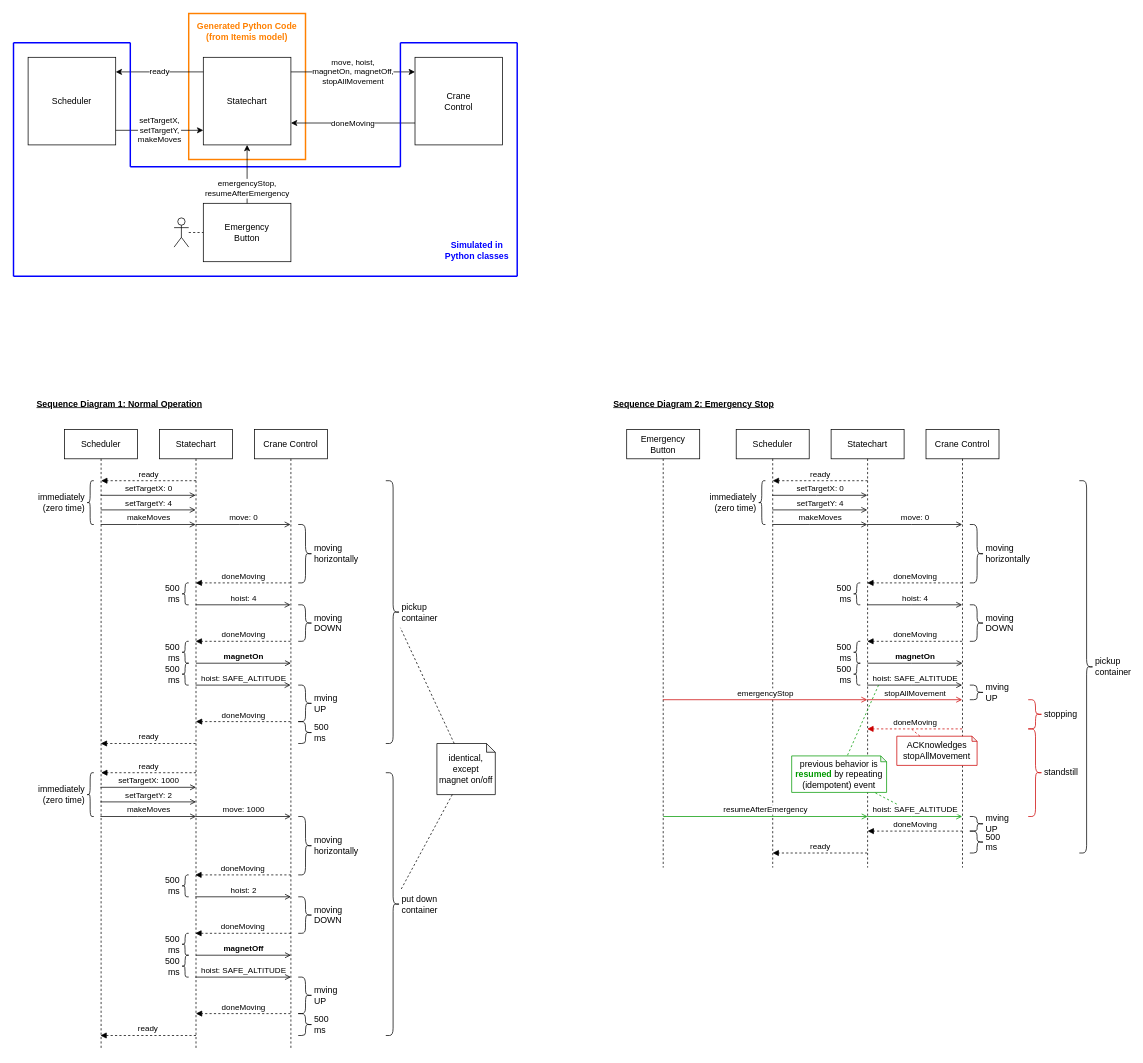
The draw.io diagram documentation/figures.drawio in joeriexelmans/MBSE4DT-Statecharts, before the edit. Source tidied: cells renumbered, new cells numbered last; positions are measured from the earlier drawing's top-left corner, leaving out a move shared by most shapes. Both pictures are drawn from the tidied source at 73%, with x=0, y=0 at pixel (13, 13).
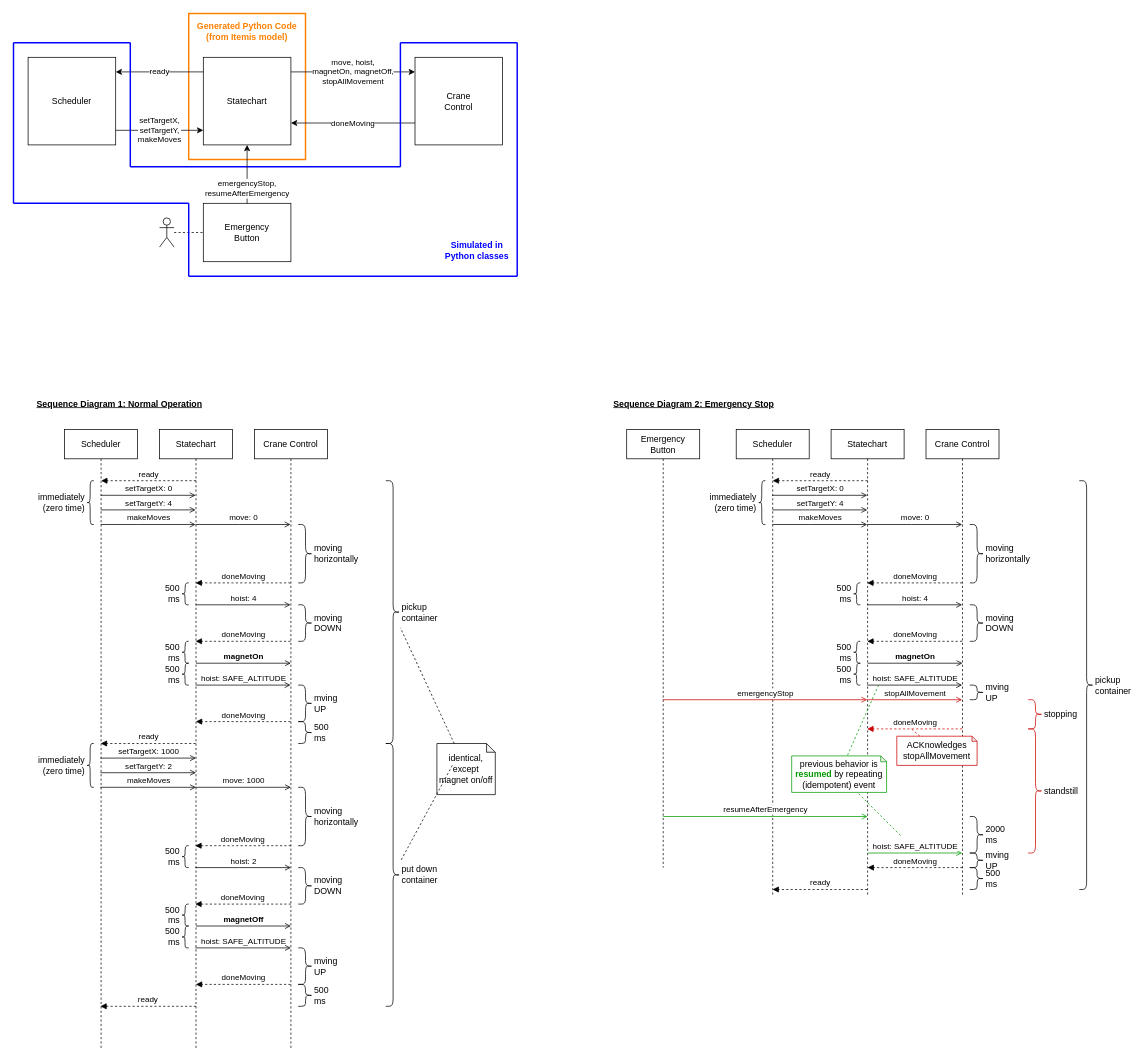
After the change.

The change refers to these unchanged cells:
```xml
<mxCell id="54" value="&lt;span style=&quot;&quot;&gt;identical,&lt;/span&gt;&lt;div style=&quot;&quot;&gt;except magnet on/off&lt;/div&gt;" style="shape=note;whiteSpace=wrap;html=1;backgroundOutline=1;darkOpacity=0.05;size=12;align=center;" parent="1" vertex="1">
  <mxGeometry x="580" y="1000" width="80" height="70" as="geometry" />
</mxCell>
<mxCell id="105" value="previous behavior is &lt;b&gt;&lt;font color=&quot;#009900&quot;&gt;resumed&lt;/font&gt;&lt;/b&gt; by repeating (idempotent) event" style="shape=note;whiteSpace=wrap;html=1;backgroundOutline=1;darkOpacity=0.05;size=8;align=center;strokeColor=#009900;" parent="1" vertex="1">
  <mxGeometry x="1066" y="1017" width="130" height="50" as="geometry" />
</mxCell>
```

Change to the diagram source:
```diff
@@
     <mxCell id="33" value="setTargetX: 1000" style="html=1;verticalAlign=bottom;labelBackgroundColor=none;endArrow=open;endFill=0;rounded=0;" parent="1" edge="1">
       <mxGeometry relative="1" as="geometry">
-        <mxPoint x="119" y="1060" as="sourcePoint" />
-        <mxPoint x="250" y="1060" as="targetPoint" />
+        <mxPoint x="119" y="1020" as="sourcePoint" />
+        <mxPoint x="250" y="1020" as="targetPoint" />
         <Array as="points">
-          <mxPoint x="180" y="1060" />
+          <mxPoint x="180" y="1020" />
         </Array>
       </mxGeometry>
     </mxCell>
     <mxCell id="34" value="setTargetY: 2" style="html=1;verticalAlign=bottom;labelBackgroundColor=none;endArrow=open;endFill=0;rounded=0;" parent="1" edge="1">
       <mxGeometry relative="1" as="geometry">
-        <mxPoint x="119" y="1080" as="sourcePoint" />
-        <mxPoint x="250" y="1080" as="targetPoint" />
+        <mxPoint x="119" y="1040" as="sourcePoint" />
+        <mxPoint x="250" y="1040" as="targetPoint" />
         <Array as="points">
-          <mxPoint x="170" y="1080" />
+          <mxPoint x="170" y="1040" />
         </Array>
       </mxGeometry>
     </mxCell>
     <mxCell id="35" value="makeMoves" style="html=1;verticalAlign=bottom;labelBackgroundColor=none;endArrow=open;endFill=0;rounded=0;" parent="1" edge="1">
       <mxGeometry relative="1" as="geometry">
-        <mxPoint x="119" y="1100" as="sourcePoint" />
-        <mxPoint x="250" y="1100" as="targetPoint" />
+        <mxPoint x="119" y="1060" as="sourcePoint" />
+        <mxPoint x="250" y="1060" as="targetPoint" />
         <Array as="points">
-          <mxPoint x="170" y="1100" />
+          <mxPoint x="170" y="1060" />
         </Array>
       </mxGeometry>
     </mxCell>
     <mxCell id="36" value="move: 1000" style="html=1;verticalAlign=bottom;labelBackgroundColor=none;endArrow=open;endFill=0;rounded=0;" parent="1" edge="1">
       <mxGeometry relative="1" as="geometry">
-        <mxPoint x="249" y="1100" as="sourcePoint" />
-        <mxPoint x="380" y="1100" as="targetPoint" />
+        <mxPoint x="249" y="1060" as="sourcePoint" />
+        <mxPoint x="380" y="1060" as="targetPoint" />
       </mxGeometry>
     </mxCell>
     <mxCell id="37" value="doneMoving" style="html=1;verticalAlign=bottom;labelBackgroundColor=none;endArrow=block;endFill=1;dashed=1;rounded=0;" parent="1" edge="1">
       <mxGeometry relative="1" as="geometry">
-        <mxPoint x="380" y="1180" as="sourcePoint" />
-        <mxPoint x="249" y="1180" as="targetPoint" />
+        <mxPoint x="380" y="1140" as="sourcePoint" />
+        <mxPoint x="249" y="1140" as="targetPoint" />
         <Array as="points">
-          <mxPoint x="300" y="1180" />
+          <mxPoint x="300" y="1140" />
         </Array>
       </mxGeometry>
     </mxCell>
     <mxCell id="38" value="hoist: 2" style="html=1;verticalAlign=bottom;labelBackgroundColor=none;endArrow=open;endFill=0;rounded=0;" parent="1" edge="1">
       <mxGeometry relative="1" as="geometry">
-        <mxPoint x="249" y="1210" as="sourcePoint" />
-        <mxPoint x="380" y="1210" as="targetPoint" />
+        <mxPoint x="249" y="1170" as="sourcePoint" />
+        <mxPoint x="380" y="1170" as="targetPoint" />
         <Array as="points">
-          <mxPoint x="310" y="1210" />
+          <mxPoint x="310" y="1170" />
         </Array>
       </mxGeometry>
     </mxCell>
     <mxCell id="39" value="500 ms" style="shape=curlyBracket;whiteSpace=wrap;html=1;rounded=1;labelPosition=left;verticalLabelPosition=middle;align=right;verticalAlign=middle;" parent="1" vertex="1">
-      <mxGeometry x="230" y="1180" width="10" height="30" as="geometry" />
+      <mxGeometry x="230" y="1140" width="10" height="30" as="geometry" />
     </mxCell>
     <mxCell id="40" value="moving horizontally" style="shape=curlyBracket;whiteSpace=wrap;html=1;rounded=1;flipH=1;labelPosition=right;verticalLabelPosition=middle;align=left;verticalAlign=middle;" parent="1" vertex="1">
-      <mxGeometry x="390" y="1100" width="20" height="80" as="geometry" />
+      <mxGeometry x="390" y="1060" width="20" height="80" as="geometry" />
     </mxCell>
     <mxCell id="41" value="immediately (zero time)" style="shape=curlyBracket;whiteSpace=wrap;html=1;rounded=1;labelPosition=left;verticalLabelPosition=middle;align=right;verticalAlign=middle;" parent="1" vertex="1">
-      <mxGeometry x="100" y="1040" width="10" height="60" as="geometry" />
+      <mxGeometry x="100" y="1000" width="10" height="60" as="geometry" />
     </mxCell>
     <mxCell id="42" value="doneMoving" style="html=1;verticalAlign=bottom;labelBackgroundColor=none;endArrow=block;endFill=1;dashed=1;rounded=0;" parent="1" edge="1">
       <mxGeometry relative="1" as="geometry">
-        <mxPoint x="380" y="1260" as="sourcePoint" />
-        <mxPoint x="249" y="1260" as="targetPoint" />
+        <mxPoint x="380" y="1220" as="sourcePoint" />
+        <mxPoint x="249" y="1220" as="targetPoint" />
         <Array as="points">
-          <mxPoint x="310" y="1260" />
+          <mxPoint x="310" y="1220" />
         </Array>
       </mxGeometry>
     </mxCell>
     <mxCell id="43" value="moving DOWN" style="shape=curlyBracket;whiteSpace=wrap;html=1;rounded=1;flipH=1;labelPosition=right;verticalLabelPosition=middle;align=left;verticalAlign=middle;" parent="1" vertex="1">
-      <mxGeometry x="390" y="1210" width="20" height="50" as="geometry" />
+      <mxGeometry x="390" y="1170" width="20" height="50" as="geometry" />
     </mxCell>
     <mxCell id="44" value="500 ms" style="shape=curlyBracket;whiteSpace=wrap;html=1;rounded=1;labelPosition=left;verticalLabelPosition=middle;align=right;verticalAlign=middle;" parent="1" vertex="1">
-      <mxGeometry x="230" y="1260" width="10" height="30" as="geometry" />
+      <mxGeometry x="230" y="1220" width="10" height="30" as="geometry" />
     </mxCell>
     <mxCell id="45" value="hoist: SAFE_ALTITUDE" style="html=1;verticalAlign=bottom;labelBackgroundColor=none;endArrow=open;endFill=0;rounded=0;edgeStyle=orthogonalEdgeStyle;" parent="1" edge="1">
       <mxGeometry relative="1" as="geometry">
-        <mxPoint x="249" y="1320" as="sourcePoint" />
-        <mxPoint x="380" y="1320" as="targetPoint" />
+        <mxPoint x="249" y="1280" as="sourcePoint" />
+        <mxPoint x="380" y="1280" as="targetPoint" />
         <Array as="points">
-          <mxPoint x="310" y="1320" />
-          <mxPoint x="310" y="1320" />
+          <mxPoint x="310" y="1280" />
+          <mxPoint x="310" y="1280" />
         </Array>
       </mxGeometry>
     </mxCell>
     <mxCell id="46" value="doneMoving" style="html=1;verticalAlign=bottom;labelBackgroundColor=none;endArrow=block;endFill=1;dashed=1;rounded=0;" parent="1" edge="1">
       <mxGeometry relative="1" as="geometry">
-        <mxPoint x="379.5" y="1370" as="sourcePoint" />
-        <mxPoint x="249.8" y="1370" as="targetPoint" />
+        <mxPoint x="379.5" y="1330" as="sourcePoint" />
+        <mxPoint x="249.8" y="1330" as="targetPoint" />
         <Array as="points">
-          <mxPoint x="310" y="1370" />
+          <mxPoint x="310" y="1330" />
         </Array>
       </mxGeometry>
     </mxCell>
     <mxCell id="47" value="mving UP" style="shape=curlyBracket;whiteSpace=wrap;html=1;rounded=1;flipH=1;labelPosition=right;verticalLabelPosition=middle;align=left;verticalAlign=middle;" parent="1" vertex="1">
-      <mxGeometry x="390" y="1320" width="20" height="50" as="geometry" />
+      <mxGeometry x="390" y="1280" width="20" height="50" as="geometry" />
     </mxCell>
     <mxCell id="48" value="ready" style="html=1;verticalAlign=bottom;labelBackgroundColor=none;endArrow=block;endFill=1;dashed=1;rounded=0;" parent="1" edge="1">
       <mxGeometry relative="1" as="geometry">
-        <mxPoint x="250" y="1400" as="sourcePoint" />
-        <mxPoint x="119" y="1400" as="targetPoint" />
+        <mxPoint x="250" y="1360" as="sourcePoint" />
+        <mxPoint x="119" y="1360" as="targetPoint" />
         <Array as="points">
-          <mxPoint x="180" y="1400" />
+          <mxPoint x="180" y="1360" />
         </Array>
       </mxGeometry>
     </mxCell>
     <mxCell id="49" value="magnetOff" style="html=1;verticalAlign=bottom;labelBackgroundColor=none;endArrow=open;endFill=0;rounded=0;fontStyle=1;" parent="1" edge="1">
       <mxGeometry relative="1" as="geometry">
-        <mxPoint x="250" y="1290" as="sourcePoint" />
-        <mxPoint x="380" y="1290" as="targetPoint" />
+        <mxPoint x="250" y="1250" as="sourcePoint" />
+        <mxPoint x="380" y="1250" as="targetPoint" />
         <Array as="points">
-          <mxPoint x="310" y="1290" />
+          <mxPoint x="310" y="1250" />
         </Array>
       </mxGeometry>
     </mxCell>
     <mxCell id="50" value="500 ms" style="shape=curlyBracket;whiteSpace=wrap;html=1;rounded=1;labelPosition=left;verticalLabelPosition=middle;align=right;verticalAlign=middle;" parent="1" vertex="1">
-      <mxGeometry x="230" y="1290" width="10" height="30" as="geometry" />
+      <mxGeometry x="230" y="1250" width="10" height="30" as="geometry" />
     </mxCell>
     <mxCell id="51" value="500 ms" style="shape=curlyBracket;whiteSpace=wrap;html=1;rounded=1;flipH=1;labelPosition=right;verticalLabelPosition=middle;align=left;verticalAlign=middle;" parent="1" vertex="1">
-      <mxGeometry x="390" y="1370" width="20" height="30" as="geometry" />
+      <mxGeometry x="390" y="1330" width="20" height="30" as="geometry" />
     </mxCell>
     <mxCell id="52" value="put down container" style="shape=curlyBracket;whiteSpace=wrap;html=1;rounded=1;flipH=1;labelPosition=right;verticalLabelPosition=middle;align=left;verticalAlign=middle;" parent="1" vertex="1">
-      <mxGeometry x="510" y="1040" width="20" height="360" as="geometry" />
+      <mxGeometry x="510" y="1000" width="20" height="360" as="geometry" />
     </mxCell>
-    <mxCell id="53" value="ready" style="html=1;verticalAlign=bottom;labelBackgroundColor=none;endArrow=block;endFill=1;dashed=1;rounded=0;" parent="1" edge="1">
-      <mxGeometry relative="1" as="geometry">
-        <mxPoint x="250" y="1040" as="sourcePoint" />
-        <mxPoint x="120" y="1040" as="targetPoint" />
-        <Array as="points">
-          <mxPoint x="180" y="1040" />
-        </Array>
-      </mxGeometry>
-    </mxCell>
@@
-    <mxCell id="56" style="endArrow=none;dashed=1;html=1;rounded=0;" parent="1" edge="1" source="54" target="52">
-      <mxGeometry relative="1" as="geometry" />
+    <mxCell id="56" style="endArrow=none;dashed=1;html=1;rounded=0;" parent="1" edge="1" target="52">
+      <mxGeometry relative="1" as="geometry">
+        <mxPoint x="601.1" y="1030" as="sourcePoint" />
+      </mxGeometry>
     </mxCell>
@@
     <mxCell id="65" style="endArrow=none;html=1;rounded=0;strokeWidth=2;fillColor=#dae8fc;strokeColor=#0000FF;" parent="1" edge="1">
       <mxGeometry relative="1" as="geometry">
         <mxPoint x="690" y="360" as="sourcePoint" />
-        <mxPoint y="360" as="targetPoint" />
+        <mxPoint x="240" y="360" as="targetPoint" />
       </mxGeometry>
     </mxCell>
     <mxCell id="66" style="endArrow=none;html=1;rounded=0;strokeWidth=2;fillColor=#dae8fc;strokeColor=#0000FF;" parent="1" edge="1">
       <mxGeometry relative="1" as="geometry">
         <mxPoint y="40" as="sourcePoint" />
-        <mxPoint y="360" as="targetPoint" />
+        <mxPoint y="260" as="targetPoint" />
       </mxGeometry>
     </mxCell>
@@
     <mxCell id="69" value="Scheduler" style="shape=umlLifeline;perimeter=lifelinePerimeter;whiteSpace=wrap;html=1;outlineConnect=0;portConstraint=eastwest;newEdgeStyle={&quot;edgeStyle&quot;:&quot;elbowEdgeStyle&quot;,&quot;elbow&quot;:&quot;vertical&quot;,&quot;curved&quot;:0,&quot;rounded&quot;:0};" parent="1" vertex="1">
-      <mxGeometry x="990" y="570" width="100" height="600" as="geometry" />
+      <mxGeometry x="990" y="570" width="100" height="640" as="geometry" />
     </mxCell>
     <mxCell id="70" value="Statechart" style="shape=umlLifeline;perimeter=lifelinePerimeter;whiteSpace=wrap;html=1;outlineConnect=0;portConstraint=eastwest;newEdgeStyle={&quot;edgeStyle&quot;:&quot;elbowEdgeStyle&quot;,&quot;elbow&quot;:&quot;vertical&quot;,&quot;curved&quot;:0,&quot;rounded&quot;:0};" parent="1" vertex="1">
-      <mxGeometry x="1120" y="570" width="100" height="600" as="geometry" />
+      <mxGeometry x="1120" y="570" width="100" height="640" as="geometry" />
     </mxCell>
     <mxCell id="71" value="Crane Control" style="shape=umlLifeline;perimeter=lifelinePerimeter;whiteSpace=wrap;html=1;outlineConnect=0;portConstraint=eastwest;newEdgeStyle={&quot;edgeStyle&quot;:&quot;elbowEdgeStyle&quot;,&quot;elbow&quot;:&quot;vertical&quot;,&quot;curved&quot;:0,&quot;rounded&quot;:0};" parent="1" vertex="1">
-      <mxGeometry x="1250" y="570" width="100" height="600" as="geometry" />
+      <mxGeometry x="1250" y="570" width="100" height="640" as="geometry" />
     </mxCell>
@@
     <mxCell id="87" value="ready" style="html=1;verticalAlign=bottom;labelBackgroundColor=none;endArrow=block;endFill=1;dashed=1;rounded=0;" parent="1" edge="1">
       <mxGeometry relative="1" as="geometry">
-        <mxPoint x="1169.5" y="1150" as="sourcePoint" />
-        <mxPoint x="1039.8" y="1150" as="targetPoint" />
+        <mxPoint x="1169.5" y="1200" as="sourcePoint" />
+        <mxPoint x="1039.8" y="1200" as="targetPoint" />
         <Array as="points">
-          <mxPoint x="1100" y="1150" />
+          <mxPoint x="1100" y="1200" />
         </Array>
       </mxGeometry>
     </mxCell>
@@
     <mxCell id="91" value="standstill" style="shape=curlyBracket;whiteSpace=wrap;html=1;rounded=1;flipH=1;labelPosition=right;verticalLabelPosition=middle;align=left;verticalAlign=middle;fillColor=#f8cecc;strokeColor=#CC0000;" parent="1" vertex="1">
-      <mxGeometry x="1390" y="980" width="20" height="120" as="geometry" />
+      <mxGeometry x="1390" y="980" width="20" height="170" as="geometry" />
     </mxCell>
@@
-    <mxCell id="98" value="hoist: SAFE_ALTITUDE" style="html=1;verticalAlign=bottom;labelBackgroundColor=default;endArrow=open;endFill=0;rounded=0;edgeStyle=orthogonalEdgeStyle;strokeColor=#009900;align=center;fontFamily=Helvetica;fontSize=11;fontColor=default;jumpStyle=none;" parent="1" edge="1" source="70" target="71">
+    <mxCell id="98" value="hoist: SAFE_ALTITUDE" style="html=1;verticalAlign=bottom;labelBackgroundColor=default;endArrow=open;endFill=0;rounded=0;edgeStyle=orthogonalEdgeStyle;strokeColor=#009900;align=center;fontFamily=Helvetica;fontSize=11;fontColor=default;jumpStyle=none;" parent="1" edge="1">
       <mxGeometry relative="1" as="geometry">
+        <mxPoint x="1170.2" y="1150" as="sourcePoint" />
+        <mxPoint x="1299.5" y="1150" as="targetPoint" />
         <Array as="points">
-          <mxPoint x="1230" y="1100" />
-          <mxPoint x="1230" y="1100" />
+          <mxPoint x="1230" y="1150" />
+          <mxPoint x="1230" y="1150" />
         </Array>
       </mxGeometry>
     </mxCell>
     <mxCell id="99" value="mving UP" style="shape=curlyBracket;whiteSpace=wrap;html=1;rounded=1;flipH=1;labelPosition=right;verticalLabelPosition=middle;align=left;verticalAlign=middle;" parent="1" vertex="1">
-      <mxGeometry x="1310" y="1100" width="20" height="20" as="geometry" />
+      <mxGeometry x="1310" y="1150" width="20" height="20" as="geometry" />
     </mxCell>
     <mxCell id="100" value="doneMoving" style="html=1;verticalAlign=bottom;labelBackgroundColor=none;endArrow=block;endFill=1;dashed=1;rounded=0;" parent="1" edge="1">
       <mxGeometry relative="1" as="geometry">
-        <mxPoint x="1300" y="1120" as="sourcePoint" />
-        <mxPoint x="1170" y="1120" as="targetPoint" />
+        <mxPoint x="1300" y="1170" as="sourcePoint" />
+        <mxPoint x="1170" y="1170" as="targetPoint" />
         <Array as="points">
-          <mxPoint x="1230" y="1120" />
+          <mxPoint x="1230" y="1170" />
         </Array>
       </mxGeometry>
     </mxCell>
     <mxCell id="101" value="500 ms" style="shape=curlyBracket;whiteSpace=wrap;html=1;rounded=1;flipH=1;labelPosition=right;verticalLabelPosition=middle;align=left;verticalAlign=middle;" parent="1" vertex="1">
-      <mxGeometry x="1310" y="1120" width="20" height="30" as="geometry" />
+      <mxGeometry x="1310" y="1170" width="20" height="30" as="geometry" />
     </mxCell>
     <mxCell id="102" value="pickup container" style="shape=curlyBracket;whiteSpace=wrap;html=1;rounded=1;flipH=1;labelPosition=right;verticalLabelPosition=middle;align=left;verticalAlign=middle;" parent="1" vertex="1">
-      <mxGeometry x="1460" y="640" width="20" height="510" as="geometry" />
+      <mxGeometry x="1460" y="640" width="20" height="560" as="geometry" />
     </mxCell>
@@
     <mxCell id="106" style="endArrow=none;dashed=1;html=1;rounded=0;strokeColor=#009900;" parent="1" edge="1" target="105">
       <mxGeometry relative="1" as="geometry">
-        <mxPoint x="1210" y="1083" as="sourcePoint" />
+        <mxPoint x="1215" y="1126" as="sourcePoint" />
       </mxGeometry>
     </mxCell>
@@
     <mxCell id="111" style="shape=umlActor;verticalLabelPosition=bottom;verticalAlign=top;html=1;outlineConnect=0;" parent="1" vertex="1">
-      <mxGeometry x="220" y="280" width="20" height="40" as="geometry" />
+      <mxGeometry x="200" y="280" width="20" height="40" as="geometry" />
     </mxCell>
+    <mxCell id="112" style="endArrow=none;html=1;rounded=0;strokeWidth=2;fillColor=#dae8fc;strokeColor=#0000FF;" parent="1" edge="1">
+      <mxGeometry relative="1" as="geometry">
+        <mxPoint x="240" y="260" as="sourcePoint" />
+        <mxPoint x="240" y="360" as="targetPoint" />
+      </mxGeometry>
+    </mxCell>
+    <mxCell id="113" style="endArrow=none;html=1;rounded=0;strokeWidth=2;fillColor=#dae8fc;strokeColor=#0000FF;" parent="1" edge="1">
+      <mxGeometry relative="1" as="geometry">
+        <mxPoint x="240" y="260" as="sourcePoint" />
+        <mxPoint y="260" as="targetPoint" />
+      </mxGeometry>
+    </mxCell>
+    <mxCell id="114" value="2000 ms" style="shape=curlyBracket;whiteSpace=wrap;html=1;rounded=1;flipH=1;labelPosition=right;verticalLabelPosition=middle;align=left;verticalAlign=middle;" parent="1" vertex="1">
+      <mxGeometry x="1310" y="1100" width="20" height="50" as="geometry" />
+    </mxCell>
```
